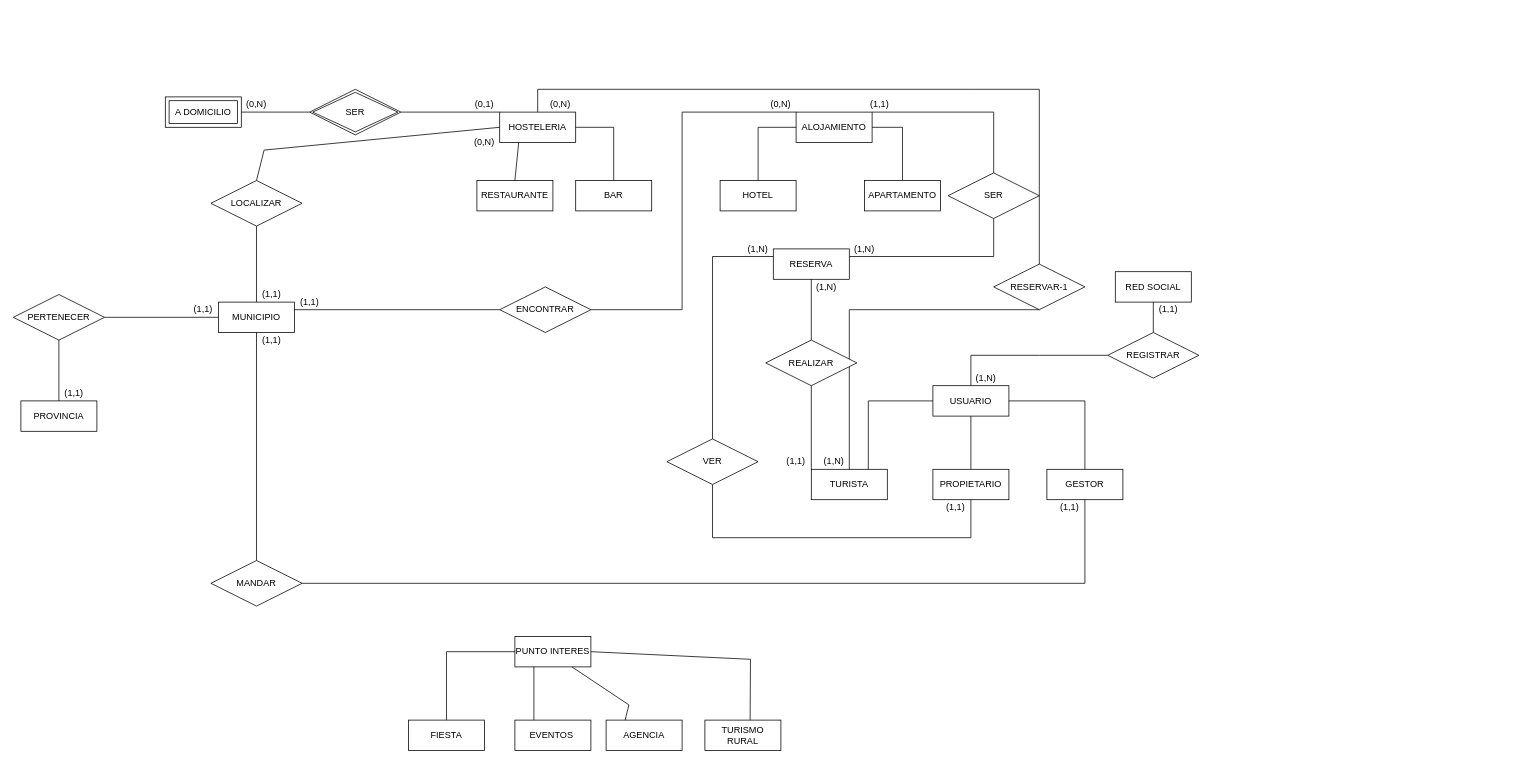
Earlier version of the draw.io diagram Untitled Diagram.drawio (juantoperas/temphttp). Source tidied: cells renumbered, new cells numbered last; positions are measured from the earlier drawing's top-left corner, leaving out a move shared by most shapes. Both pictures are drawn from the tidied source at 76%, with x=0, y=0 at pixel (13, 89).
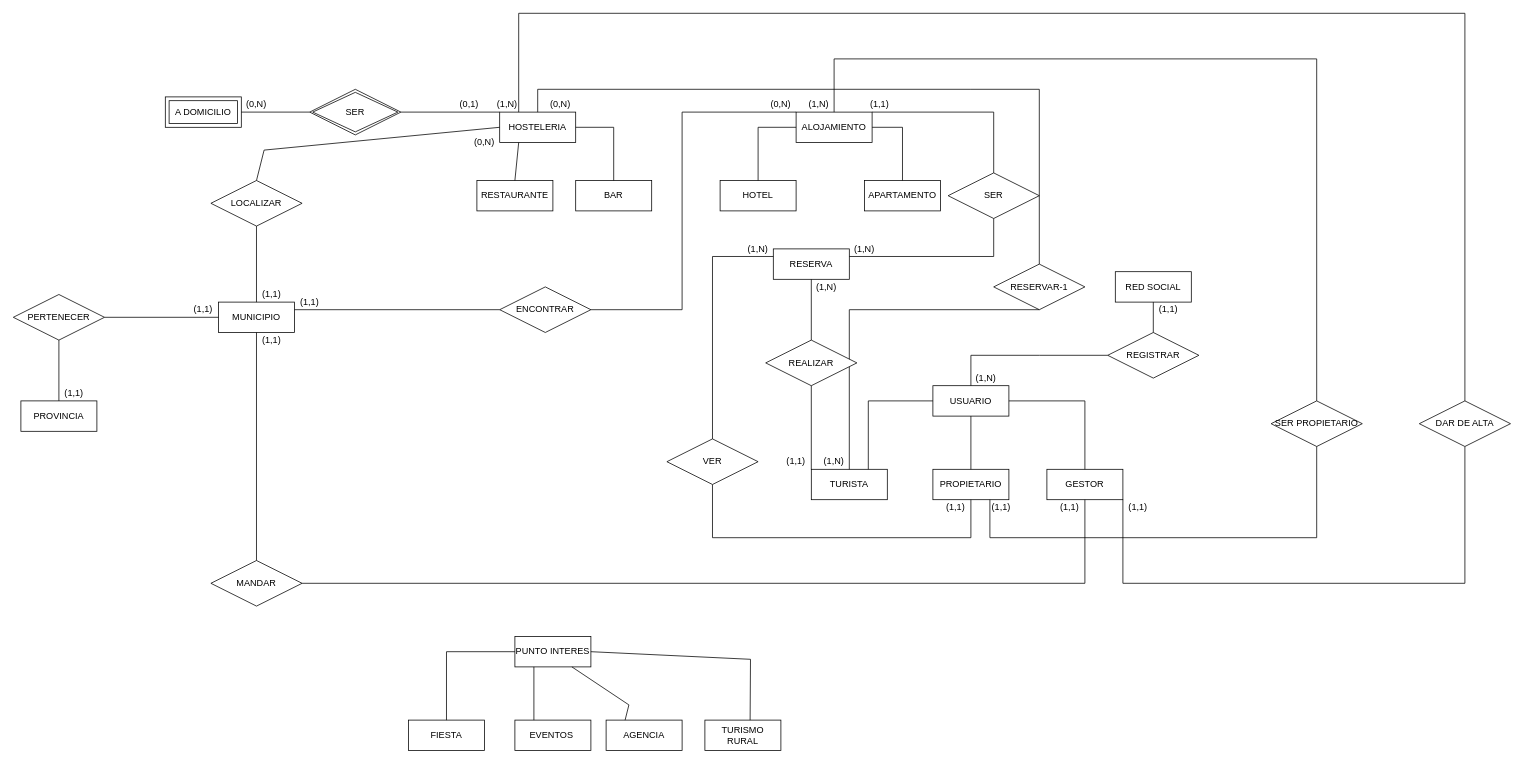
Above is the later version.

The change refers to these unchanged cells:
```xml
<mxCell id="2" value="HOSTELERIA" style="whiteSpace=wrap;html=1;align=center;" parent="1" vertex="1">
  <mxGeometry x="640" y="30" width="100" height="40" as="geometry" />
</mxCell>
<mxCell id="5" value="ALOJAMIENTO" style="whiteSpace=wrap;html=1;align=center;" parent="1" vertex="1">
  <mxGeometry x="1030" y="30" width="100" height="40" as="geometry" />
</mxCell>
<mxCell id="16" value="PROPIETARIO" style="whiteSpace=wrap;html=1;align=center;" parent="1" vertex="1">
  <mxGeometry x="1210" y="500" width="100" height="40" as="geometry" />
</mxCell>
<mxCell id="17" value="GESTOR" style="whiteSpace=wrap;html=1;align=center;" parent="1" vertex="1">
  <mxGeometry x="1360" y="500" width="100" height="40" as="geometry" />
</mxCell>
```

The edit, as a diff of the source:
```diff
@@
     <mxCell id="53" value="(0,1)" style="text;html=1;strokeColor=none;fillColor=none;align=center;verticalAlign=middle;whiteSpace=wrap;rounded=0;" parent="1" vertex="1">
-      <mxGeometry x="600" y="10" width="40" height="20" as="geometry" />
+      <mxGeometry x="580" y="10" width="40" height="20" as="geometry" />
     </mxCell>
@@
+    <mxCell id="83" value="SER PROPIETARIO" style="shape=rhombus;perimeter=rhombusPerimeter;whiteSpace=wrap;html=1;align=center;" parent="1" vertex="1">
+      <mxGeometry x="1655" y="410" width="120" height="60" as="geometry" />
+    </mxCell>
+    <mxCell id="84" style="endArrow=none;html=1;rounded=0;entryX=0.5;entryY=1;entryDx=0;entryDy=0;exitX=0.75;exitY=1;exitDx=0;exitDy=0;" parent="1" edge="1" source="16" target="83">
+      <mxGeometry relative="1" as="geometry">
+        <Array as="points">
+          <mxPoint x="1285" y="590" />
+          <mxPoint x="1715" y="590" />
+        </Array>
+      </mxGeometry>
+    </mxCell>
+    <mxCell id="85" style="endArrow=none;html=1;rounded=0;entryX=0.5;entryY=0;entryDx=0;entryDy=0;exitX=0.5;exitY=0;exitDx=0;exitDy=0;" parent="1" edge="1" source="5" target="83">
+      <mxGeometry relative="1" as="geometry">
+        <Array as="points">
+          <mxPoint x="1080" y="-40" />
+          <mxPoint x="1715" y="-40" />
+        </Array>
+      </mxGeometry>
+    </mxCell>
+    <mxCell id="86" value="(1,1)" style="text;html=1;strokeColor=none;fillColor=none;align=center;verticalAlign=middle;whiteSpace=wrap;rounded=0;" parent="1" vertex="1">
+      <mxGeometry x="1280" y="540" width="40" height="20" as="geometry" />
+    </mxCell>
+    <mxCell id="87" value="(1,N)" style="text;html=1;strokeColor=none;fillColor=none;align=center;verticalAlign=middle;whiteSpace=wrap;rounded=0;" parent="1" vertex="1">
+      <mxGeometry x="1040" y="10" width="40" height="20" as="geometry" />
+    </mxCell>
+    <mxCell id="88" style="endArrow=none;html=1;rounded=0;exitX=1;exitY=1;exitDx=0;exitDy=0;entryX=0.5;entryY=1;entryDx=0;entryDy=0;" parent="1" edge="1" source="17" target="89">
+      <mxGeometry relative="1" as="geometry">
+        <Array as="points">
+          <mxPoint x="1460" y="650" />
+          <mxPoint x="1910" y="650" />
+        </Array>
+      </mxGeometry>
+    </mxCell>
+    <mxCell id="89" value="DAR DE ALTA" style="shape=rhombus;perimeter=rhombusPerimeter;whiteSpace=wrap;html=1;align=center;" parent="1" vertex="1">
+      <mxGeometry x="1850" y="410" width="120" height="60" as="geometry" />
+    </mxCell>
+    <mxCell id="90" style="endArrow=none;html=1;rounded=0;entryX=0.5;entryY=0;entryDx=0;entryDy=0;exitX=0.25;exitY=0;exitDx=0;exitDy=0;" parent="1" edge="1" source="2" target="89">
+      <mxGeometry relative="1" as="geometry">
+        <Array as="points">
+          <mxPoint x="665" y="-100" />
+          <mxPoint x="1910" y="-100" />
+        </Array>
+      </mxGeometry>
+    </mxCell>
+    <mxCell id="91" value="(1,1)" style="text;html=1;strokeColor=none;fillColor=none;align=center;verticalAlign=middle;whiteSpace=wrap;rounded=0;" parent="1" vertex="1">
+      <mxGeometry x="1460" y="540" width="40" height="20" as="geometry" />
+    </mxCell>
+    <mxCell id="92" value="(1,N)" style="text;html=1;strokeColor=none;fillColor=none;align=center;verticalAlign=middle;whiteSpace=wrap;rounded=0;" parent="1" vertex="1">
+      <mxGeometry x="630" y="10" width="40" height="20" as="geometry" />
+    </mxCell>
```
